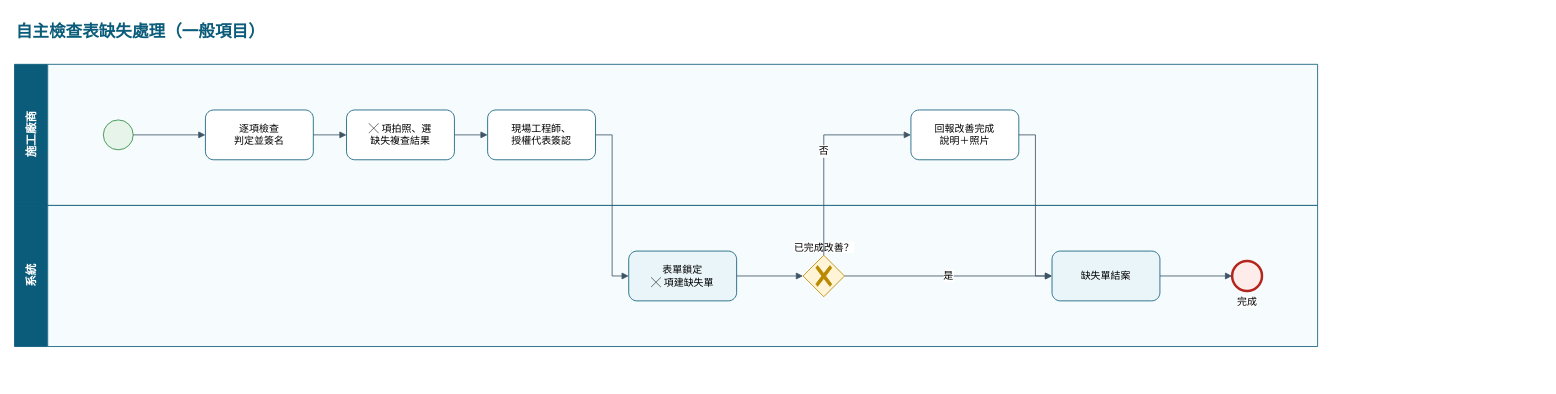
This is page "自主檢查表缺失處理（一般項目）" (1 of 8) of 捷運施工查驗系統_缺失與停留點流程_BPMN.drawio from brianchou7310/MRT-Construction-QMS, a draw.io file, before an edit. Source tidied: cells renumbered, new cells numbered last; positions are measured from the earlier drawing's top-left corner, leaving out a move shared by most shapes. Both pictures are drawn from the tidied source at 83%, with x=0, y=0 at pixel (14, 14).
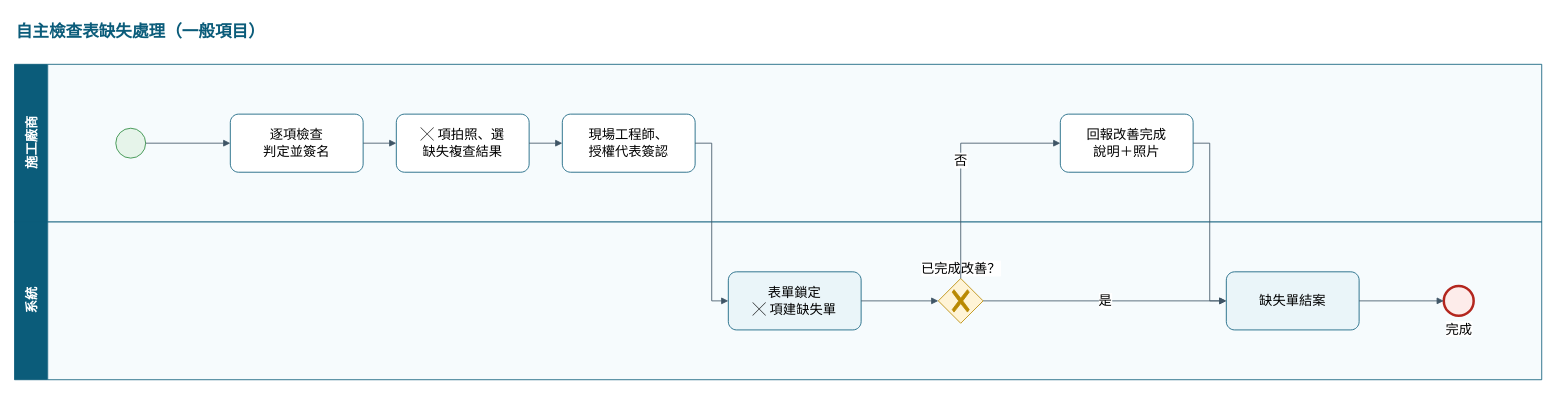
Above is the later version.

Change to the diagram source:
```diff
@@
-    <mxCell id="3" value="施工廠商" style="swimlane;html=1;startSize=40;horizontal=0;fontSize=14;fontStyle=1;fillColor=#0B5C7A;fontColor=#ffffff;strokeColor=#0B5C7A;swimlaneFillColor=#F6FBFD;" parent="1" vertex="1">
-      <mxGeometry y="60" width="1570" height="170" as="geometry" />
+    <mxCell id="3" value="施工廠商" style="swimlane;html=1;startSize=40;horizontal=0;fontSize=16;fontStyle=1;fillColor=#0B5C7A;fontColor=#ffffff;strokeColor=#0B5C7A;swimlaneFillColor=#F6FBFD;" parent="1" vertex="1">
+      <mxGeometry y="60" width="1840" height="190" as="geometry" />
     </mxCell>
-    <mxCell id="4" value="系統" style="swimlane;html=1;startSize=40;horizontal=0;fontSize=14;fontStyle=1;fillColor=#0B5C7A;fontColor=#ffffff;strokeColor=#0B5C7A;swimlaneFillColor=#F6FBFD;" parent="1" vertex="1">
-      <mxGeometry y="230" width="1570" height="170" as="geometry" />
+    <mxCell id="4" value="系統" style="swimlane;html=1;startSize=40;horizontal=0;fontSize=16;fontStyle=1;fillColor=#0B5C7A;fontColor=#ffffff;strokeColor=#0B5C7A;swimlaneFillColor=#F6FBFD;" parent="1" vertex="1">
+      <mxGeometry y="250" width="1840" height="190" as="geometry" />
     </mxCell>
-    <mxCell id="5" style="points=[[0.145,0.145,0],[0.5,0,0],[0.855,0.145,0],[1,0.5,0],[0.855,0.855,0],[0.5,1,0],[0.145,0.855,0],[0,0.5,0]];shape=mxgraph.bpmn.event;html=1;verticalLabelPosition=bottom;labelBackgroundColor=#ffffff;verticalAlign=top;align=center;perimeter=ellipsePerimeter;outlineConnect=0;outline=standard;symbol=general;fillColor=#E6F4EA;strokeColor=#2B8A3E;" parent="3" vertex="1">
-      <mxGeometry x="107" y="67" width="36" height="36" as="geometry" />
+    <mxCell id="5" style="points=[[0.145,0.145,0],[0.5,0,0],[0.855,0.145,0],[1,0.5,0],[0.855,0.855,0],[0.5,1,0],[0.145,0.855,0],[0,0.5,0]];shape=mxgraph.bpmn.event;html=1;verticalLabelPosition=bottom;labelBackgroundColor=#ffffff;verticalAlign=top;align=center;perimeter=ellipsePerimeter;outlineConnect=0;outline=standard;symbol=general;fillColor=#E6F4EA;strokeColor=#2B8A3E;fontSize=16;" parent="3" vertex="1">
+      <mxGeometry x="122" y="77" width="36" height="36" as="geometry" />
     </mxCell>
-    <mxCell id="6" value="逐項檢查&lt;br&gt;判定並簽名" style="points=[[0.25,0,0],[0.5,0,0],[0.75,0,0],[1,0.25,0],[1,0.5,0],[1,0.75,0],[0.75,1,0],[0.5,1,0],[0.25,1,0],[0,0.75,0],[0,0.5,0],[0,0.25,0]];shape=mxgraph.bpmn.task;whiteSpace=wrap;rectStyle=rounded;size=10;html=1;taskMarker=abstract;fontSize=12;fillColor=#FFFFFF;strokeColor=#0B5C7A;" parent="3" vertex="1">
-      <mxGeometry x="230" y="55" width="130" height="60" as="geometry" />
+    <mxCell id="6" value="逐項檢查&lt;br&gt;判定並簽名" style="points=[[0.25,0,0],[0.5,0,0],[0.75,0,0],[1,0.25,0],[1,0.5,0],[1,0.75,0],[0.75,1,0],[0.5,1,0],[0.25,1,0],[0,0.75,0],[0,0.5,0],[0,0.25,0]];shape=mxgraph.bpmn.task;whiteSpace=wrap;rectStyle=rounded;size=10;html=1;taskMarker=abstract;fontSize=16;fillColor=#FFFFFF;strokeColor=#0B5C7A;" parent="3" vertex="1">
+      <mxGeometry x="260" y="60" width="160" height="70" as="geometry" />
     </mxCell>
-    <mxCell id="7" value="╳ 項拍照、選&lt;br&gt;缺失複查結果" style="points=[[0.25,0,0],[0.5,0,0],[0.75,0,0],[1,0.25,0],[1,0.5,0],[1,0.75,0],[0.75,1,0],[0.5,1,0],[0.25,1,0],[0,0.75,0],[0,0.5,0],[0,0.25,0]];shape=mxgraph.bpmn.task;whiteSpace=wrap;rectStyle=rounded;size=10;html=1;taskMarker=abstract;fontSize=12;fillColor=#FFFFFF;strokeColor=#0B5C7A;" parent="3" vertex="1">
-      <mxGeometry x="400" y="55" width="130" height="60" as="geometry" />
+    <mxCell id="7" value="╳ 項拍照、選&lt;br&gt;缺失複查結果" style="points=[[0.25,0,0],[0.5,0,0],[0.75,0,0],[1,0.25,0],[1,0.5,0],[1,0.75,0],[0.75,1,0],[0.5,1,0],[0.25,1,0],[0,0.75,0],[0,0.5,0],[0,0.25,0]];shape=mxgraph.bpmn.task;whiteSpace=wrap;rectStyle=rounded;size=10;html=1;taskMarker=abstract;fontSize=16;fillColor=#FFFFFF;strokeColor=#0B5C7A;" parent="3" vertex="1">
+      <mxGeometry x="460" y="60" width="160" height="70" as="geometry" />
     </mxCell>
-    <mxCell id="8" value="現場工程師、&lt;br&gt;授權代表簽認" style="points=[[0.25,0,0],[0.5,0,0],[0.75,0,0],[1,0.25,0],[1,0.5,0],[1,0.75,0],[0.75,1,0],[0.5,1,0],[0.25,1,0],[0,0.75,0],[0,0.5,0],[0,0.25,0]];shape=mxgraph.bpmn.task;whiteSpace=wrap;rectStyle=rounded;size=10;html=1;taskMarker=abstract;fontSize=12;fillColor=#FFFFFF;strokeColor=#0B5C7A;" parent="3" vertex="1">
-      <mxGeometry x="570" y="55" width="130" height="60" as="geometry" />
+    <mxCell id="8" value="現場工程師、&lt;br&gt;授權代表簽認" style="points=[[0.25,0,0],[0.5,0,0],[0.75,0,0],[1,0.25,0],[1,0.5,0],[1,0.75,0],[0.75,1,0],[0.5,1,0],[0.25,1,0],[0,0.75,0],[0,0.5,0],[0,0.25,0]];shape=mxgraph.bpmn.task;whiteSpace=wrap;rectStyle=rounded;size=10;html=1;taskMarker=abstract;fontSize=16;fillColor=#FFFFFF;strokeColor=#0B5C7A;" parent="3" vertex="1">
+      <mxGeometry x="660" y="60" width="160" height="70" as="geometry" />
     </mxCell>
-    <mxCell id="9" value="表單鎖定&lt;br&gt;╳ 項建缺失單" style="points=[[0.25,0,0],[0.5,0,0],[0.75,0,0],[1,0.25,0],[1,0.5,0],[1,0.75,0],[0.75,1,0],[0.5,1,0],[0.25,1,0],[0,0.75,0],[0,0.5,0],[0,0.25,0]];shape=mxgraph.bpmn.task;whiteSpace=wrap;rectStyle=rounded;size=10;html=1;taskMarker=abstract;fontSize=12;fillColor=#EAF5F9;strokeColor=#0B5C7A;" parent="4" vertex="1">
-      <mxGeometry x="740" y="55" width="130" height="60" as="geometry" />
+    <mxCell id="9" value="表單鎖定&lt;br&gt;╳ 項建缺失單" style="points=[[0.25,0,0],[0.5,0,0],[0.75,0,0],[1,0.25,0],[1,0.5,0],[1,0.75,0],[0.75,1,0],[0.5,1,0],[0.25,1,0],[0,0.75,0],[0,0.5,0],[0,0.25,0]];shape=mxgraph.bpmn.task;whiteSpace=wrap;rectStyle=rounded;size=10;html=1;taskMarker=abstract;fontSize=16;fillColor=#EAF5F9;strokeColor=#0B5C7A;" parent="4" vertex="1">
+      <mxGeometry x="860" y="60" width="160" height="70" as="geometry" />
     </mxCell>
-    <mxCell id="10" value="已完成改善？" style="points=[[0.25,0.25,0],[0.5,0,0],[0.75,0.25,0],[1,0.5,0],[0.75,0.75,0],[0.5,1,0],[0.25,0.75,0],[0,0.5,0]];shape=mxgraph.bpmn.gateway2;html=1;verticalLabelPosition=top;labelBackgroundColor=#ffffff;verticalAlign=bottom;align=center;perimeter=rhombusPerimeter;outlineConnect=0;outline=none;symbol=none;gwType=exclusive;fillColor=#FFF4D6;strokeColor=#B98900;fontSize=12;" parent="4" vertex="1">
-      <mxGeometry x="950" y="60" width="50" height="50" as="geometry" />
+    <mxCell id="10" value="已完成改善？" style="points=[[0.25,0.25,0],[0.5,0,0],[0.75,0.25,0],[1,0.5,0],[0.75,0.75,0],[0.5,1,0],[0.25,0.75,0],[0,0.5,0]];shape=mxgraph.bpmn.gateway2;html=1;verticalLabelPosition=top;labelBackgroundColor=#ffffff;verticalAlign=bottom;align=center;perimeter=rhombusPerimeter;outlineConnect=0;outline=none;symbol=none;gwType=exclusive;fillColor=#FFF4D6;strokeColor=#B98900;fontSize=16;" parent="4" vertex="1">
+      <mxGeometry x="1113" y="68" width="54" height="54" as="geometry" />
     </mxCell>
-    <mxCell id="11" value="回報改善完成&lt;br&gt;說明＋照片" style="points=[[0.25,0,0],[0.5,0,0],[0.75,0,0],[1,0.25,0],[1,0.5,0],[1,0.75,0],[0.75,1,0],[0.5,1,0],[0.25,1,0],[0,0.75,0],[0,0.5,0],[0,0.25,0]];shape=mxgraph.bpmn.task;whiteSpace=wrap;rectStyle=rounded;size=10;html=1;taskMarker=abstract;fontSize=12;fillColor=#FFFFFF;strokeColor=#0B5C7A;" parent="3" vertex="1">
-      <mxGeometry x="1080" y="55" width="130" height="60" as="geometry" />
+    <mxCell id="11" value="回報改善完成&lt;br&gt;說明＋照片" style="points=[[0.25,0,0],[0.5,0,0],[0.75,0,0],[1,0.25,0],[1,0.5,0],[1,0.75,0],[0.75,1,0],[0.5,1,0],[0.25,1,0],[0,0.75,0],[0,0.5,0],[0,0.25,0]];shape=mxgraph.bpmn.task;whiteSpace=wrap;rectStyle=rounded;size=10;html=1;taskMarker=abstract;fontSize=16;fillColor=#FFFFFF;strokeColor=#0B5C7A;" parent="3" vertex="1">
+      <mxGeometry x="1260" y="60" width="160" height="70" as="geometry" />
     </mxCell>
-    <mxCell id="12" value="缺失單結案" style="points=[[0.25,0,0],[0.5,0,0],[0.75,0,0],[1,0.25,0],[1,0.5,0],[1,0.75,0],[0.75,1,0],[0.5,1,0],[0.25,1,0],[0,0.75,0],[0,0.5,0],[0,0.25,0]];shape=mxgraph.bpmn.task;whiteSpace=wrap;rectStyle=rounded;size=10;html=1;taskMarker=abstract;fontSize=12;fillColor=#EAF5F9;strokeColor=#0B5C7A;" parent="4" vertex="1">
-      <mxGeometry x="1250" y="55" width="130" height="60" as="geometry" />
+    <mxCell id="12" value="缺失單結案" style="points=[[0.25,0,0],[0.5,0,0],[0.75,0,0],[1,0.25,0],[1,0.5,0],[1,0.75,0],[0.75,1,0],[0.5,1,0],[0.25,1,0],[0,0.75,0],[0,0.5,0],[0,0.25,0]];shape=mxgraph.bpmn.task;whiteSpace=wrap;rectStyle=rounded;size=10;html=1;taskMarker=abstract;fontSize=16;fillColor=#EAF5F9;strokeColor=#0B5C7A;" parent="4" vertex="1">
+      <mxGeometry x="1460" y="60" width="160" height="70" as="geometry" />
     </mxCell>
-    <mxCell id="13" value="完成" style="points=[[0.145,0.145,0],[0.5,0,0],[0.855,0.145,0],[1,0.5,0],[0.855,0.855,0],[0.5,1,0],[0.145,0.855,0],[0,0.5,0]];shape=mxgraph.bpmn.event;html=1;verticalLabelPosition=bottom;labelBackgroundColor=#ffffff;verticalAlign=top;align=center;perimeter=ellipsePerimeter;outlineConnect=0;outline=end;symbol=terminate2;fillColor=#FDECEA;strokeColor=#B3261E;fontSize=12;" parent="4" vertex="1">
-      <mxGeometry x="1467" y="67" width="36" height="36" as="geometry" />
+    <mxCell id="13" value="完成" style="points=[[0.145,0.145,0],[0.5,0,0],[0.855,0.145,0],[1,0.5,0],[0.855,0.855,0],[0.5,1,0],[0.145,0.855,0],[0,0.5,0]];shape=mxgraph.bpmn.event;html=1;verticalLabelPosition=bottom;labelBackgroundColor=#ffffff;verticalAlign=top;align=center;perimeter=ellipsePerimeter;outlineConnect=0;outline=end;symbol=terminate2;fillColor=#FDECEA;strokeColor=#B3261E;fontSize=16;" parent="4" vertex="1">
+      <mxGeometry x="1722" y="77" width="36" height="36" as="geometry" />
     </mxCell>
-    <mxCell id="14" style="edgeStyle=orthogonalEdgeStyle;rounded=0;html=1;endArrow=block;endFill=1;strokeColor=#3F5566;fontSize=12;labelBackgroundColor=#ffffff;exitX=1;exitY=0.5;exitDx=0;exitDy=0;entryX=0;entryY=0.5;entryDx=0;entryDy=0;" parent="1" edge="1" source="5" target="6">
+    <mxCell id="14" style="edgeStyle=orthogonalEdgeStyle;rounded=0;html=1;endArrow=block;endFill=1;strokeColor=#3F5566;fontSize=16;labelBackgroundColor=#ffffff;exitX=1;exitY=0.5;exitDx=0;exitDy=0;entryX=0;entryY=0.5;entryDx=0;entryDy=0;" parent="1" edge="1" source="5" target="6">
       <mxGeometry relative="1" as="geometry" />
     </mxCell>
-    <mxCell id="15" style="edgeStyle=orthogonalEdgeStyle;rounded=0;html=1;endArrow=block;endFill=1;strokeColor=#3F5566;fontSize=12;labelBackgroundColor=#ffffff;exitX=1;exitY=0.5;exitDx=0;exitDy=0;entryX=0;entryY=0.5;entryDx=0;entryDy=0;" parent="1" edge="1" source="6" target="7">
+    <mxCell id="15" style="edgeStyle=orthogonalEdgeStyle;rounded=0;html=1;endArrow=block;endFill=1;strokeColor=#3F5566;fontSize=16;labelBackgroundColor=#ffffff;exitX=1;exitY=0.5;exitDx=0;exitDy=0;entryX=0;entryY=0.5;entryDx=0;entryDy=0;" parent="1" edge="1" source="6" target="7">
       <mxGeometry relative="1" as="geometry" />
     </mxCell>
-    <mxCell id="16" style="edgeStyle=orthogonalEdgeStyle;rounded=0;html=1;endArrow=block;endFill=1;strokeColor=#3F5566;fontSize=12;labelBackgroundColor=#ffffff;exitX=1;exitY=0.5;exitDx=0;exitDy=0;entryX=0;entryY=0.5;entryDx=0;entryDy=0;" parent="1" edge="1" source="7" target="8">
+    <mxCell id="16" style="edgeStyle=orthogonalEdgeStyle;rounded=0;html=1;endArrow=block;endFill=1;strokeColor=#3F5566;fontSize=16;labelBackgroundColor=#ffffff;exitX=1;exitY=0.5;exitDx=0;exitDy=0;entryX=0;entryY=0.5;entryDx=0;entryDy=0;" parent="1" edge="1" source="7" target="8">
       <mxGeometry relative="1" as="geometry" />
     </mxCell>
-    <mxCell id="17" style="edgeStyle=orthogonalEdgeStyle;rounded=0;html=1;endArrow=block;endFill=1;strokeColor=#3F5566;fontSize=12;labelBackgroundColor=#ffffff;exitX=1;exitY=0.5;exitDx=0;exitDy=0;entryX=0;entryY=0.5;entryDx=0;entryDy=0;" parent="1" edge="1" source="8" target="9">
+    <mxCell id="17" style="edgeStyle=orthogonalEdgeStyle;rounded=0;html=1;endArrow=block;endFill=1;strokeColor=#3F5566;fontSize=16;labelBackgroundColor=#ffffff;exitX=1;exitY=0.5;exitDx=0;exitDy=0;entryX=0;entryY=0.5;entryDx=0;entryDy=0;" parent="1" edge="1" source="8" target="9">
       <mxGeometry relative="1" as="geometry">
         <Array as="points">
-          <mxPoint x="720" y="145" />
-          <mxPoint x="720" y="315" />
+          <mxPoint x="840" y="155" />
+          <mxPoint x="840" y="345" />
         </Array>
       </mxGeometry>
     </mxCell>
-    <mxCell id="18" style="edgeStyle=orthogonalEdgeStyle;rounded=0;html=1;endArrow=block;endFill=1;strokeColor=#3F5566;fontSize=12;labelBackgroundColor=#ffffff;exitX=1;exitY=0.5;exitDx=0;exitDy=0;entryX=0;entryY=0.5;entryDx=0;entryDy=0;" parent="1" edge="1" source="9" target="10">
+    <mxCell id="18" style="edgeStyle=orthogonalEdgeStyle;rounded=0;html=1;endArrow=block;endFill=1;strokeColor=#3F5566;fontSize=16;labelBackgroundColor=#ffffff;exitX=1;exitY=0.5;exitDx=0;exitDy=0;entryX=0;entryY=0.5;entryDx=0;entryDy=0;" parent="1" edge="1" source="9" target="10">
       <mxGeometry relative="1" as="geometry" />
     </mxCell>
-    <mxCell id="19" value="否" style="edgeStyle=orthogonalEdgeStyle;rounded=0;html=1;endArrow=block;endFill=1;strokeColor=#3F5566;fontSize=12;labelBackgroundColor=#ffffff;exitX=0.5;exitY=0;exitDx=0;exitDy=0;entryX=0;entryY=0.5;entryDx=0;entryDy=0;" parent="1" edge="1" source="10" target="11">
+    <mxCell id="19" value="否" style="edgeStyle=orthogonalEdgeStyle;rounded=0;html=1;endArrow=block;endFill=1;strokeColor=#3F5566;fontSize=16;labelBackgroundColor=#ffffff;exitX=0.5;exitY=0;exitDx=0;exitDy=0;entryX=0;entryY=0.5;entryDx=0;entryDy=0;" parent="1" edge="1" source="10" target="11">
       <mxGeometry relative="1" as="geometry">
         <Array as="points">
-          <mxPoint x="975" y="145" />
+          <mxPoint x="1140" y="155" />
         </Array>
       </mxGeometry>
     </mxCell>
-    <mxCell id="20" value="是" style="edgeStyle=orthogonalEdgeStyle;rounded=0;html=1;endArrow=block;endFill=1;strokeColor=#3F5566;fontSize=12;labelBackgroundColor=#ffffff;exitX=1;exitY=0.5;exitDx=0;exitDy=0;entryX=0;entryY=0.5;entryDx=0;entryDy=0;" parent="1" edge="1" source="10" target="12">
+    <mxCell id="20" value="是" style="edgeStyle=orthogonalEdgeStyle;rounded=0;html=1;endArrow=block;endFill=1;strokeColor=#3F5566;fontSize=16;labelBackgroundColor=#ffffff;exitX=1;exitY=0.5;exitDx=0;exitDy=0;entryX=0;entryY=0.5;entryDx=0;entryDy=0;" parent="1" edge="1" source="10" target="12">
       <mxGeometry relative="1" as="geometry" />
     </mxCell>
-    <mxCell id="21" style="edgeStyle=orthogonalEdgeStyle;rounded=0;html=1;endArrow=block;endFill=1;strokeColor=#3F5566;fontSize=12;labelBackgroundColor=#ffffff;exitX=1;exitY=0.5;exitDx=0;exitDy=0;entryX=0;entryY=0.5;entryDx=0;entryDy=0;" parent="1" edge="1" source="11" target="12">
+    <mxCell id="21" style="edgeStyle=orthogonalEdgeStyle;rounded=0;html=1;endArrow=block;endFill=1;strokeColor=#3F5566;fontSize=16;labelBackgroundColor=#ffffff;exitX=1;exitY=0.5;exitDx=0;exitDy=0;entryX=0;entryY=0.5;entryDx=0;entryDy=0;" parent="1" edge="1" source="11" target="12">
       <mxGeometry relative="1" as="geometry">
         <Array as="points">
-          <mxPoint x="1230" y="145" />
-          <mxPoint x="1230" y="315" />
+          <mxPoint x="1440" y="155" />
+          <mxPoint x="1440" y="345" />
         </Array>
       </mxGeometry>
     </mxCell>
-    <mxCell id="22" style="edgeStyle=orthogonalEdgeStyle;rounded=0;html=1;endArrow=block;endFill=1;strokeColor=#3F5566;fontSize=12;labelBackgroundColor=#ffffff;exitX=1;exitY=0.5;exitDx=0;exitDy=0;entryX=0;entryY=0.5;entryDx=0;entryDy=0;" parent="1" edge="1" source="12" target="13">
+    <mxCell id="22" style="edgeStyle=orthogonalEdgeStyle;rounded=0;html=1;endArrow=block;endFill=1;strokeColor=#3F5566;fontSize=16;labelBackgroundColor=#ffffff;exitX=1;exitY=0.5;exitDx=0;exitDy=0;entryX=0;entryY=0.5;entryDx=0;entryDy=0;" parent="1" edge="1" source="12" target="13">
       <mxGeometry relative="1" as="geometry" />
     </mxCell>
```
